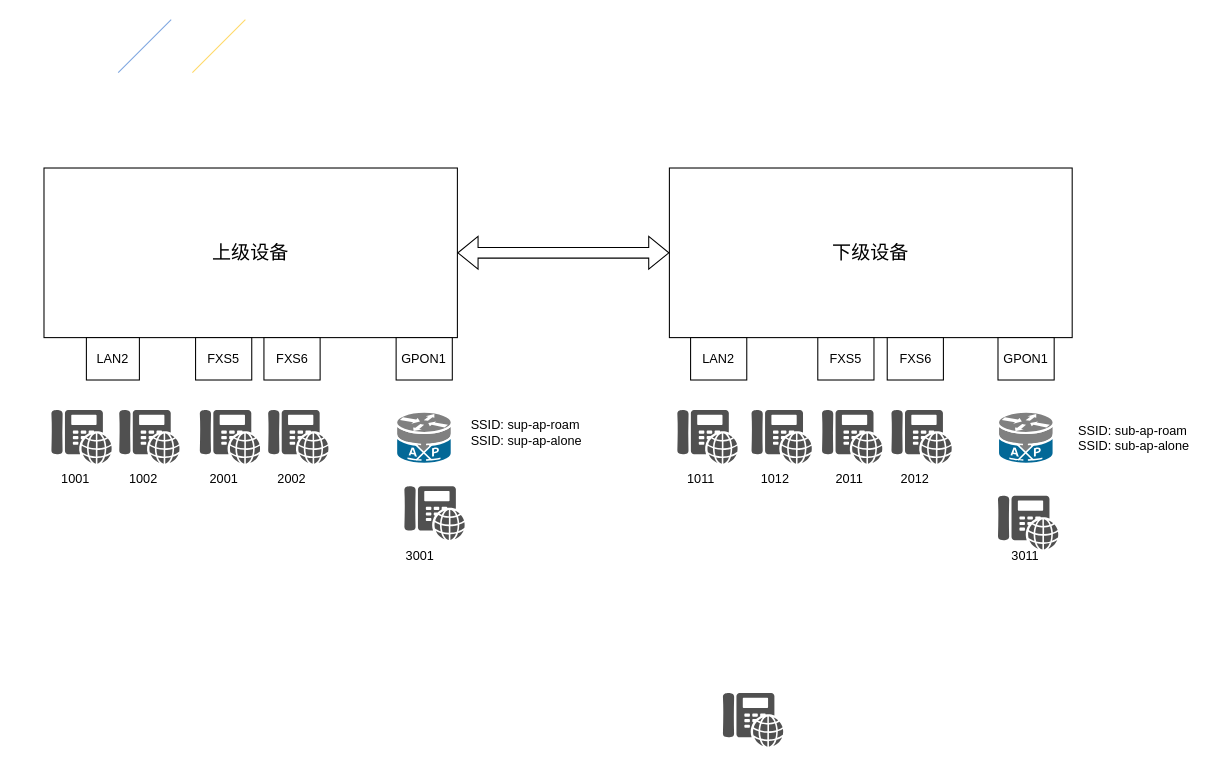
Earlier version of the draw.io diagram page "cascade_pbx_topo" (2 of 2) of f5g_mt7988.drawio (waterwatermelon/graph). Source tidied: cells renumbered, new cells numbered last; positions are measured from the earlier drawing's top-left corner, leaving out a move shared by most shapes. Both pictures are drawn from the tidied source at 106%, with x=0, y=0 at pixel (43, 19).
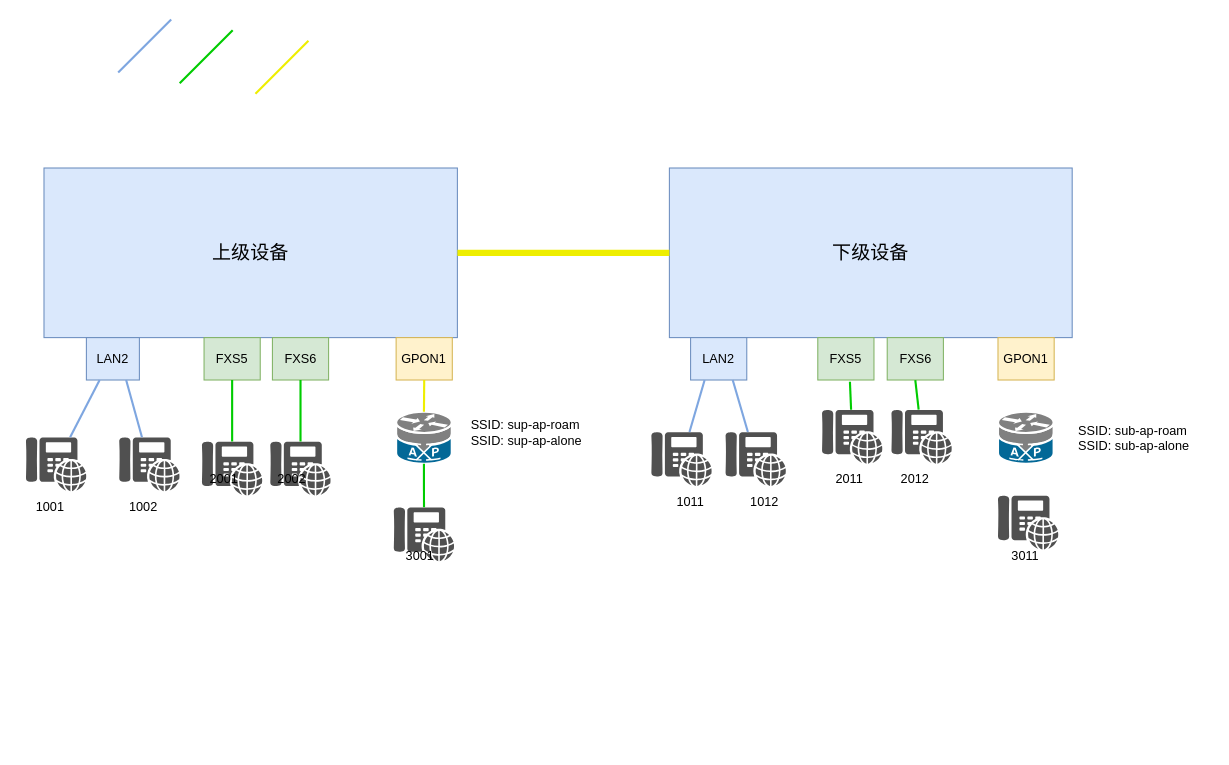
The same diagram, later.

Unchanged cells that the change refers to:
```xml
<mxCell id="5" style="shape=mxgraph.cisco.misc.axp;sketch=0;html=1;dashed=0;fillColor=#036897;strokeColor=#ffffff;strokeWidth=2;verticalLabelPosition=bottom;verticalAlign=top;align=center;outlineConnect=0;" parent="1" vertex="1">
  <mxGeometry x="332.2" y="370" width="52.5" height="49" as="geometry" />
</mxCell>
<mxCell id="7" style="sketch=0;shadow=0;dashed=0;html=1;strokeColor=none;fillColor=#505050;labelPosition=center;verticalLabelPosition=bottom;verticalAlign=top;outlineConnect=0;align=center;shape=mxgraph.office.devices.phone_voip;" parent="1" vertex="1">
  <mxGeometry x="734" y="368" width="57" height="51" as="geometry" />
</mxCell>
<mxCell id="28" style="sketch=0;shadow=0;dashed=0;html=1;strokeColor=none;fillColor=#505050;labelPosition=center;verticalLabelPosition=bottom;verticalAlign=top;outlineConnect=0;align=center;shape=mxgraph.office.devices.phone_voip;" parent="1" vertex="1">
  <mxGeometry x="799.5" y="368" width="57" height="51" as="geometry" />
</mxCell>
```

Diff of the diagram source:
```diff
@@
-    <mxCell id="2" value="&lt;font style=&quot;font-size: 18px;&quot;&gt;上级设备&lt;/font&gt;" style="rounded=0;whiteSpace=wrap;html=1;" parent="1" vertex="1">
+    <mxCell id="2" value="&lt;font style=&quot;font-size: 18px;&quot;&gt;上级设备&lt;/font&gt;" style="rounded=0;whiteSpace=wrap;html=1;fillColor=#dae8fc;strokeColor=#6c8ebf;" parent="1" vertex="1">
       <mxGeometry y="140" width="390" height="160" as="geometry" />
     </mxCell>
-    <mxCell id="3" value="&lt;font style=&quot;font-size: 18px;&quot;&gt;下级设备&lt;/font&gt;" style="rounded=0;whiteSpace=wrap;html=1;" parent="1" vertex="1">
+    <mxCell id="3" value="&lt;font style=&quot;font-size: 18px;&quot;&gt;下级设备&lt;/font&gt;" style="rounded=0;whiteSpace=wrap;html=1;fillColor=#dae8fc;strokeColor=#6c8ebf;" parent="1" vertex="1">
       <mxGeometry x="590" y="140" width="380" height="160" as="geometry" />
     </mxCell>
-    <mxCell id="4" style="shape=flexArrow;endArrow=classic;startArrow=classic;html=1;rounded=0;entryX=0;entryY=0.5;entryDx=0;entryDy=0;" parent="1" edge="1" source="2" target="3">
-      <mxGeometry relative="1" as="geometry" />
-    </mxCell>
@@
     <mxCell id="6" style="sketch=0;shadow=0;dashed=0;html=1;strokeColor=none;fillColor=#505050;labelPosition=center;verticalLabelPosition=bottom;verticalAlign=top;outlineConnect=0;align=center;shape=mxgraph.office.devices.phone_voip;" parent="1" vertex="1">
-      <mxGeometry x="7" y="368" width="57" height="51" as="geometry" />
+      <mxGeometry x="-17" y="394" width="57" height="51" as="geometry" />
     </mxCell>
@@
-    <mxCell id="8" style="sketch=0;shadow=0;dashed=0;html=1;strokeColor=none;fillColor=#505050;labelPosition=center;verticalLabelPosition=bottom;verticalAlign=top;align=center;shape=mxgraph.office.devices.phone_voip;" parent="1" vertex="1">
-      <mxGeometry x="640.5" y="635" width="57" height="51" as="geometry" />
-    </mxCell>
     <mxCell id="9" style="sketch=0;shadow=0;dashed=0;html=1;strokeColor=none;fillColor=#505050;labelPosition=center;verticalLabelPosition=bottom;verticalAlign=top;outlineConnect=0;align=center;shape=mxgraph.office.devices.phone_voip;" parent="1" vertex="1">
-      <mxGeometry x="147" y="368" width="57" height="51" as="geometry" />
+      <mxGeometry x="149" y="398" width="57" height="51" as="geometry" />
     </mxCell>
@@
     <mxCell id="11" style="sketch=0;shadow=0;dashed=0;html=1;strokeColor=none;fillColor=#505050;labelPosition=center;verticalLabelPosition=bottom;verticalAlign=top;outlineConnect=0;align=center;shape=mxgraph.office.devices.phone_voip;" parent="1" vertex="1">
-      <mxGeometry x="597.5" y="368" width="57" height="51" as="geometry" />
+      <mxGeometry x="573" y="389" width="57" height="51" as="geometry" />
     </mxCell>
-    <mxCell id="12" value="LAN2" style="rounded=0;whiteSpace=wrap;html=1;" parent="1" vertex="1">
+    <mxCell id="12" value="LAN2" style="rounded=0;whiteSpace=wrap;html=1;fillColor=#dae8fc;strokeColor=#6c8ebf;" parent="1" vertex="1">
       <mxGeometry x="40" y="300" width="50" height="40" as="geometry" />
     </mxCell>
-    <mxCell id="13" value="FXS5" style="rounded=0;whiteSpace=wrap;html=1;" parent="1" vertex="1">
-      <mxGeometry x="143" y="300" width="53" height="40" as="geometry" />
+    <mxCell id="13" value="FXS5" style="rounded=0;whiteSpace=wrap;html=1;fillColor=#d5e8d4;strokeColor=#82b366;" parent="1" vertex="1">
+      <mxGeometry x="151" y="300" width="53" height="40" as="geometry" />
     </mxCell>
-    <mxCell id="14" value="LAN2" style="rounded=0;whiteSpace=wrap;html=1;" parent="1" vertex="1">
+    <mxCell id="14" value="LAN2" style="rounded=0;whiteSpace=wrap;html=1;fillColor=#dae8fc;strokeColor=#6c8ebf;" parent="1" vertex="1">
       <mxGeometry x="610" y="300" width="53" height="40" as="geometry" />
     </mxCell>
-    <mxCell id="15" value="FXS5" style="rounded=0;whiteSpace=wrap;html=1;" parent="1" vertex="1">
+    <mxCell id="15" value="FXS5" style="rounded=0;whiteSpace=wrap;html=1;fillColor=#d5e8d4;strokeColor=#82b366;" parent="1" vertex="1">
       <mxGeometry x="730" y="300" width="53" height="40" as="geometry" />
     </mxCell>
-    <mxCell id="16" value="GPON1" style="rounded=0;whiteSpace=wrap;html=1;" parent="1" vertex="1">
+    <mxCell id="16" value="GPON1" style="rounded=0;whiteSpace=wrap;html=1;fillColor=#fff2cc;strokeColor=#d6b656;" parent="1" vertex="1">
       <mxGeometry x="332.2" y="300" width="53" height="40" as="geometry" />
     </mxCell>
@@
-    <mxCell id="18" value="GPON1" style="rounded=0;whiteSpace=wrap;html=1;" parent="1" vertex="1">
+    <mxCell id="18" value="GPON1" style="rounded=0;whiteSpace=wrap;html=1;fillColor=#fff2cc;strokeColor=#d6b656;" parent="1" vertex="1">
       <mxGeometry x="900" y="300" width="53" height="40" as="geometry" />
     </mxCell>
     <mxCell id="19" style="sketch=0;shadow=0;dashed=0;html=1;strokeColor=none;fillColor=#505050;labelPosition=center;verticalLabelPosition=bottom;verticalAlign=top;outlineConnect=0;align=center;shape=mxgraph.office.devices.phone_voip;" parent="1" vertex="1">
-      <mxGeometry x="340" y="440" width="57" height="51" as="geometry" />
+      <mxGeometry x="330" y="460" width="57" height="51" as="geometry" />
     </mxCell>
-    <mxCell id="20" style="endArrow=none;html=1;rounded=0;strokeColor=#7EA6E0;" parent="1" edge="1">
+    <mxCell id="20" style="endArrow=none;html=1;rounded=0;strokeColor=#7EA6E0;strokeWidth=2;" parent="1" edge="1">
       <mxGeometry relative="1" as="geometry">
         <mxPoint x="70" y="50" as="sourcePoint" />
         <mxPoint x="120" as="targetPoint" />
       </mxGeometry>
     </mxCell>
-    <mxCell id="21" style="endArrow=none;html=1;rounded=0;strokeColor=#FFD966;" parent="1" edge="1">
+    <mxCell id="21" style="endArrow=none;html=1;rounded=0;strokeColor=#00CC00;strokeWidth=2;" parent="1" edge="1">
       <mxGeometry relative="1" as="geometry">
-        <mxPoint x="140" y="50" as="sourcePoint" />
-        <mxPoint x="190" as="targetPoint" />
+        <mxPoint x="128" y="60" as="sourcePoint" />
+        <mxPoint x="178" y="10" as="targetPoint" />
       </mxGeometry>
     </mxCell>
     <mxCell id="22" value="1001" style="text;html=1;align=center;verticalAlign=middle;whiteSpace=wrap;rounded=0;" parent="1" vertex="1">
-      <mxGeometry y="419" width="60" height="30" as="geometry" />
+      <mxGeometry x="-24" y="445" width="60" height="30" as="geometry" />
     </mxCell>
@@
     <mxCell id="24" style="sketch=0;shadow=0;dashed=0;html=1;strokeColor=none;fillColor=#505050;labelPosition=center;verticalLabelPosition=bottom;verticalAlign=top;outlineConnect=0;align=center;shape=mxgraph.office.devices.phone_voip;" parent="1" vertex="1">
-      <mxGeometry x="211.5" y="368" width="57" height="51" as="geometry" />
+      <mxGeometry x="213.5" y="398" width="57" height="51" as="geometry" />
     </mxCell>
-    <mxCell id="25" value="FXS6" style="rounded=0;whiteSpace=wrap;html=1;" parent="1" vertex="1">
-      <mxGeometry x="207.5" y="300" width="53" height="40" as="geometry" />
+    <mxCell id="25" value="FXS6" style="rounded=0;whiteSpace=wrap;html=1;fillColor=#d5e8d4;strokeColor=#82b366;" parent="1" vertex="1">
+      <mxGeometry x="215.5" y="300" width="53" height="40" as="geometry" />
     </mxCell>
@@
     <mxCell id="27" value="1011" style="text;html=1;align=center;verticalAlign=middle;whiteSpace=wrap;rounded=0;" parent="1" vertex="1">
-      <mxGeometry x="590" y="419" width="60" height="30" as="geometry" />
+      <mxGeometry x="580" y="440" width="60" height="30" as="geometry" />
     </mxCell>
@@
-    <mxCell id="29" value="FXS6" style="rounded=0;whiteSpace=wrap;html=1;" parent="1" vertex="1">
+    <mxCell id="29" value="FXS6" style="rounded=0;whiteSpace=wrap;html=1;fillColor=#d5e8d4;strokeColor=#82b366;" parent="1" vertex="1">
       <mxGeometry x="795.5" y="300" width="53" height="40" as="geometry" />
     </mxCell>
@@
     <mxCell id="34" style="sketch=0;shadow=0;dashed=0;html=1;strokeColor=none;fillColor=#505050;labelPosition=center;verticalLabelPosition=bottom;verticalAlign=top;outlineConnect=0;align=center;shape=mxgraph.office.devices.phone_voip;" parent="1" vertex="1">
-      <mxGeometry x="71" y="368" width="57" height="51" as="geometry" />
+      <mxGeometry x="71" y="394" width="57" height="51" as="geometry" />
     </mxCell>
     <mxCell id="35" value="1002" style="text;html=1;align=center;verticalAlign=middle;whiteSpace=wrap;rounded=0;" parent="1" vertex="1">
-      <mxGeometry x="64" y="419" width="60" height="30" as="geometry" />
+      <mxGeometry x="64" y="445" width="60" height="30" as="geometry" />
     </mxCell>
     <mxCell id="36" style="sketch=0;shadow=0;dashed=0;html=1;strokeColor=none;fillColor=#505050;labelPosition=center;verticalLabelPosition=bottom;verticalAlign=top;outlineConnect=0;align=center;shape=mxgraph.office.devices.phone_voip;" parent="1" vertex="1">
-      <mxGeometry x="667.5" y="368" width="57" height="51" as="geometry" />
+      <mxGeometry x="643" y="389" width="57" height="51" as="geometry" />
     </mxCell>
     <mxCell id="37" value="1012" style="text;html=1;align=center;verticalAlign=middle;whiteSpace=wrap;rounded=0;" parent="1" vertex="1">
-      <mxGeometry x="660" y="419" width="60" height="30" as="geometry" />
+      <mxGeometry x="650" y="440" width="60" height="30" as="geometry" />
     </mxCell>
@@
+    <mxCell id="40" style="endArrow=none;html=1;rounded=0;strokeColor=#EEEE00;strokeWidth=2;shadow=0;" parent="1" edge="1">
+      <mxGeometry relative="1" as="geometry">
+        <mxPoint x="199.5" y="70" as="sourcePoint" />
+        <mxPoint x="249.5" y="20" as="targetPoint" />
+      </mxGeometry>
+    </mxCell>
+    <mxCell id="4" style="endArrow=none;html=1;rounded=0;strokeColor=#eeee00;strokeWidth=6;shadow=0;entryX=0;entryY=0.5;entryDx=0;entryDy=0;exitX=1;exitY=0.5;exitDx=0;exitDy=0;" parent="1" edge="1" source="2" target="3">
+      <mxGeometry relative="1" as="geometry" />
+    </mxCell>
+    <mxCell id="41" style="endArrow=none;html=1;rounded=0;strokeColor=#7EA6E0;strokeWidth=2;entryX=0.25;entryY=1;entryDx=0;entryDy=0;" parent="1" edge="1" source="6" target="12">
+      <mxGeometry relative="1" as="geometry" />
+    </mxCell>
+    <mxCell id="42" style="endArrow=none;html=1;rounded=0;strokeColor=#7EA6E0;strokeWidth=2;entryX=0.75;entryY=1;entryDx=0;entryDy=0;" parent="1" edge="1" source="34" target="12">
+      <mxGeometry relative="1" as="geometry" />
+    </mxCell>
+    <mxCell id="43" style="endArrow=none;html=1;rounded=0;strokeColor=#7EA6E0;strokeWidth=2;entryX=0.25;entryY=1;entryDx=0;entryDy=0;" parent="1" edge="1" source="11" target="14">
+      <mxGeometry relative="1" as="geometry" />
+    </mxCell>
+    <mxCell id="44" style="endArrow=none;html=1;rounded=0;strokeColor=#7EA6E0;strokeWidth=2;entryX=0.75;entryY=1;entryDx=0;entryDy=0;" parent="1" edge="1" source="36" target="14">
+      <mxGeometry relative="1" as="geometry" />
+    </mxCell>
+    <mxCell id="45" style="endArrow=none;html=1;rounded=0;strokeColor=#00CC00;strokeWidth=2;entryX=0.5;entryY=1;entryDx=0;entryDy=0;" parent="1" edge="1" source="9" target="13">
+      <mxGeometry relative="1" as="geometry" />
+    </mxCell>
+    <mxCell id="46" style="endArrow=none;html=1;rounded=0;strokeColor=#00CC00;strokeWidth=2;entryX=0.5;entryY=1;entryDx=0;entryDy=0;" parent="1" edge="1" source="24" target="25">
+      <mxGeometry relative="1" as="geometry" />
+    </mxCell>
+    <mxCell id="47" style="endArrow=none;html=1;rounded=0;strokeColor=#EEEE00;strokeWidth=2;shadow=0;entryX=0.5;entryY=1;entryDx=0;entryDy=0;exitX=0.5;exitY=0;exitDx=0;exitDy=0;exitPerimeter=0;" parent="1" edge="1" source="5" target="16">
+      <mxGeometry relative="1" as="geometry" />
+    </mxCell>
+    <mxCell id="48" style="endArrow=none;html=1;rounded=0;strokeColor=#00CC00;strokeWidth=2;entryX=0.5;entryY=1;entryDx=0;entryDy=0;entryPerimeter=0;" parent="1" edge="1" source="19" target="5">
+      <mxGeometry relative="1" as="geometry" />
+    </mxCell>
+    <mxCell id="49" style="endArrow=none;html=1;rounded=0;strokeColor=#00CC00;strokeWidth=2;entryX=0.572;entryY=1.042;entryDx=0;entryDy=0;entryPerimeter=0;" parent="1" edge="1" source="7" target="15">
+      <mxGeometry relative="1" as="geometry" />
+    </mxCell>
+    <mxCell id="50" style="endArrow=none;html=1;rounded=0;strokeColor=#00CC00;strokeWidth=2;entryX=0.5;entryY=1;entryDx=0;entryDy=0;" parent="1" edge="1" source="28" target="29">
+      <mxGeometry relative="1" as="geometry" />
+    </mxCell>
```
